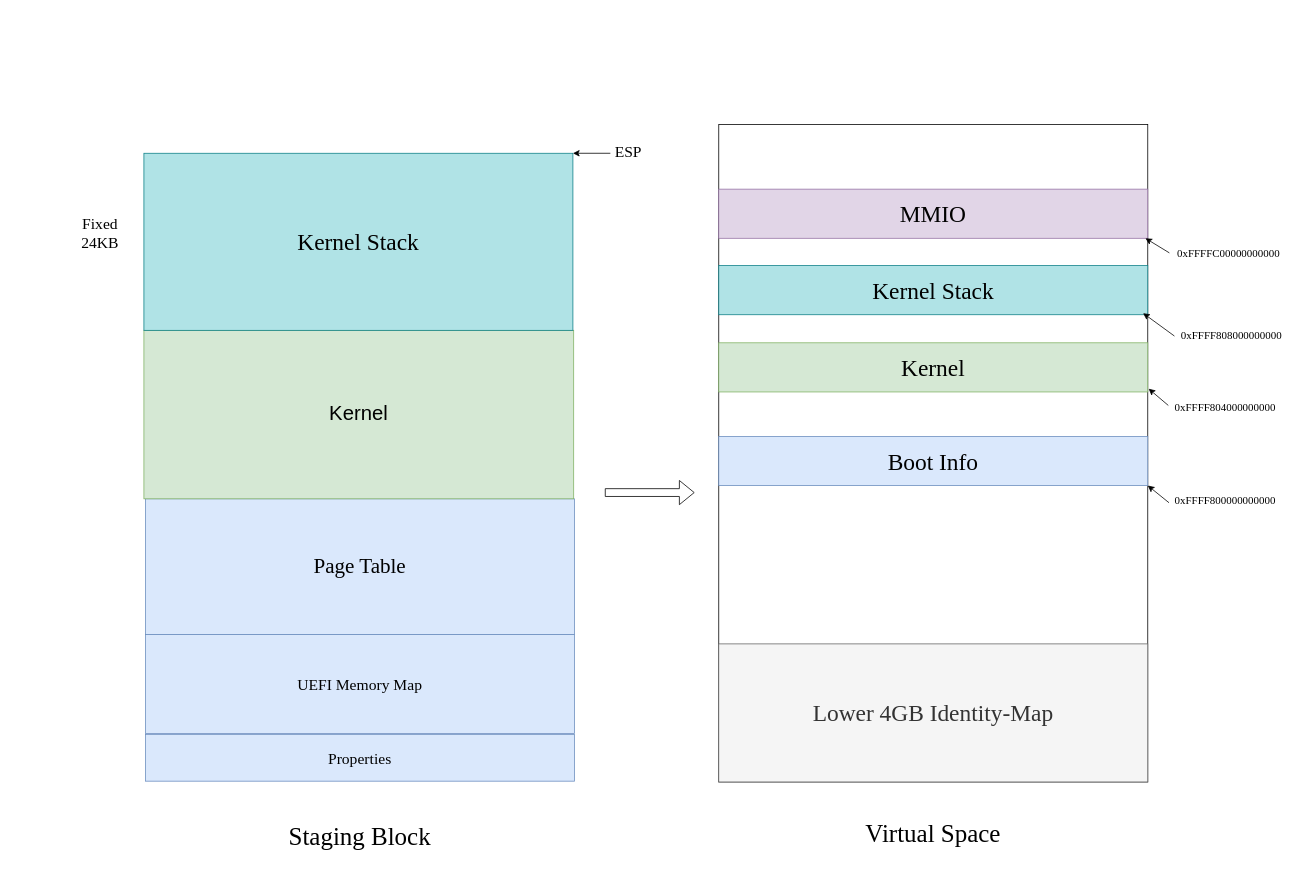
Earlier version of the draw.io diagram doc/himuos_kernel.drawio (himuhuan/HimuOS). Source tidied: cells renumbered, new cells numbered last; positions are measured from the earlier drawing's top-left corner, leaving out a move shared by most shapes. Both pictures are drawn from the tidied source at 78%, with x=0, y=0 at pixel (73, 124).
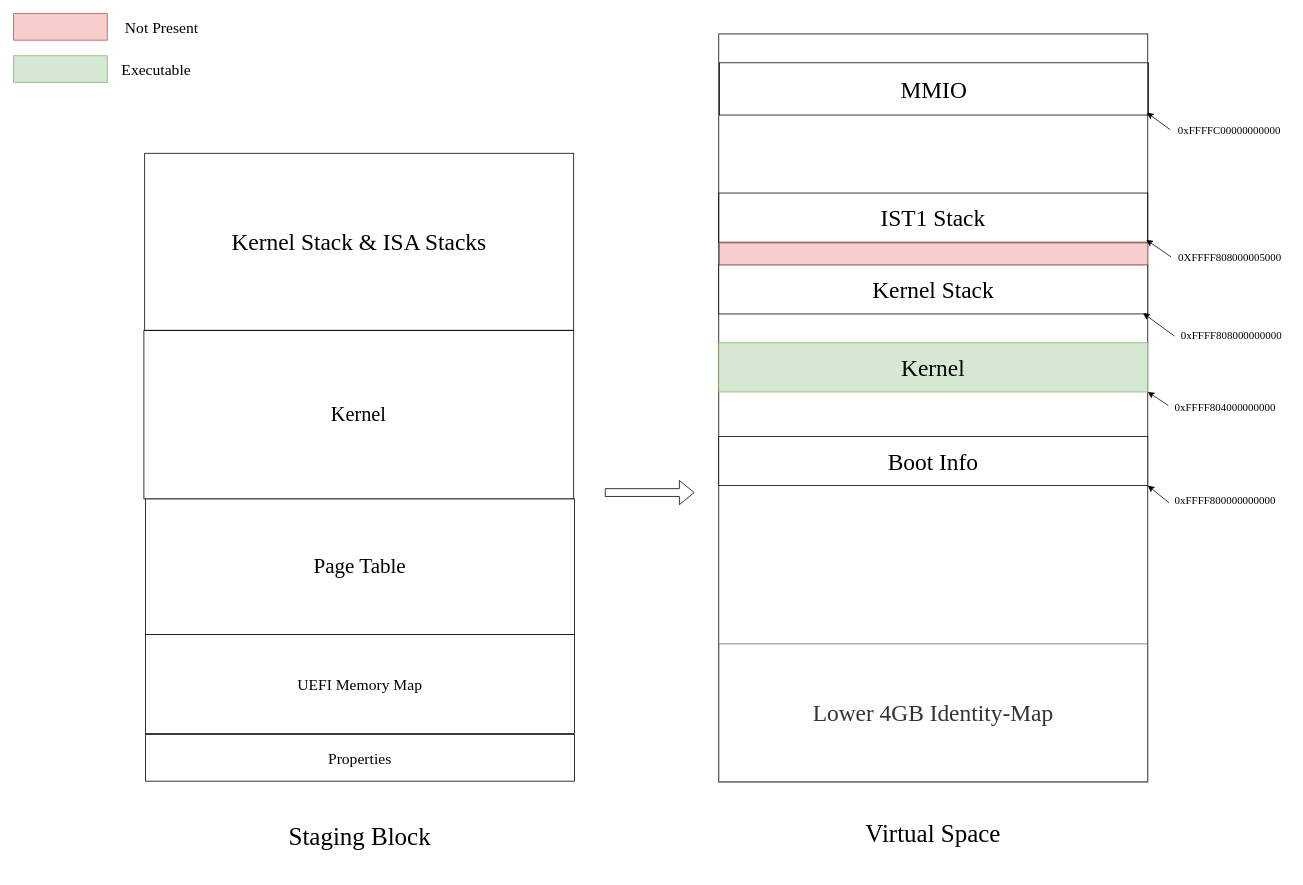
The same diagram, later.

Change to the diagram source:
```diff
@@
-    <mxCell id="2" value="&lt;font face=&quot;Times New Roman&quot;&gt;Page Table&lt;/font&gt;" style="rounded=0;whiteSpace=wrap;html=1;fontFamily=Courier New;fontSize=27;fillColor=#dae8fc;strokeColor=#6c8ebf;" parent="1" vertex="1">
+    <mxCell id="2" value="&lt;font&gt;Page Table&lt;/font&gt;" style="rounded=0;whiteSpace=wrap;html=1;fontFamily=Times New Roman;fontSize=27;" parent="1" vertex="1">
       <mxGeometry x="92" y="480" width="550" height="174" as="geometry" />
     </mxCell>
-    <mxCell id="3" value="&lt;font face=&quot;寒蝉端黑宋&quot;&gt;Kernel&lt;/font&gt;" style="rounded=0;whiteSpace=wrap;html=1;fontFamily=Courier New;fontSize=26;fillColor=#d5e8d4;strokeColor=#82b366;" parent="1" vertex="1">
+    <mxCell id="3" value="&lt;font&gt;Kernel&lt;/font&gt;" style="rounded=0;whiteSpace=wrap;html=1;fontFamily=Times New Roman;fontSize=26;" parent="1" vertex="1">
       <mxGeometry x="90" y="264" width="551" height="216" as="geometry" />
     </mxCell>
-    <mxCell id="4" value="&lt;span style=&quot;font-family: &amp;quot;Times New Roman&amp;quot;; font-size: 20px;&quot;&gt;Properties&lt;/span&gt;" style="rounded=0;whiteSpace=wrap;html=1;fillColor=#dae8fc;strokeColor=#6c8ebf;" parent="1" vertex="1">
+    <mxCell id="4" value="&lt;span style=&quot;font-size: 20px;&quot;&gt;Properties&lt;/span&gt;" style="rounded=0;whiteSpace=wrap;html=1;fontFamily=Times New Roman;" parent="1" vertex="1">
       <mxGeometry x="92" y="782" width="550" height="60" as="geometry" />
     </mxCell>
-    <mxCell id="5" value="&lt;font face=&quot;Times New Roman&quot;&gt;&lt;span style=&quot;font-size: 20px;&quot;&gt;UEFI Memory Map&lt;/span&gt;&lt;/font&gt;" style="rounded=0;whiteSpace=wrap;html=1;fillColor=#dae8fc;strokeColor=#6c8ebf;" parent="1" vertex="1">
+    <mxCell id="5" value="&lt;font&gt;&lt;span style=&quot;font-size: 20px;&quot;&gt;UEFI Memory Map&lt;/span&gt;&lt;/font&gt;" style="rounded=0;whiteSpace=wrap;html=1;fontFamily=Times New Roman;" parent="1" vertex="1">
       <mxGeometry x="92" y="654" width="550" height="127" as="geometry" />
     </mxCell>
-    <mxCell id="6" style="rounded=0;whiteSpace=wrap;html=1;" parent="1" vertex="1">
-      <mxGeometry x="827" width="550" height="843" as="geometry" />
+    <mxCell id="6" style="rounded=0;whiteSpace=wrap;html=1;fontFamily=Times New Roman;" parent="1" vertex="1">
+      <mxGeometry x="827" y="-116" width="550" height="959" as="geometry" />
     </mxCell>
-    <mxCell id="7" value="&lt;font style=&quot;font-size: 30px;&quot; face=&quot;Times New Roman&quot;&gt;Lower 4GB Identity-Map&lt;/font&gt;" style="rounded=0;whiteSpace=wrap;html=1;fillColor=#f5f5f5;fontColor=#333333;strokeColor=#666666;" parent="1" vertex="1">
+    <mxCell id="7" value="&lt;font style=&quot;font-size: 30px;&quot;&gt;Lower 4GB Identity-Map&lt;/font&gt;" style="rounded=0;whiteSpace=wrap;html=1;fillColor=none;fontColor=#333333;strokeColor=#666666;fillStyle=hatch;fontFamily=Times New Roman;" parent="1" vertex="1">
       <mxGeometry x="827" y="666" width="550" height="177" as="geometry" />
     </mxCell>
-    <mxCell id="8" value="&lt;font style=&quot;font-size: 30px;&quot; face=&quot;Times New Roman&quot;&gt;Boot Info&lt;/font&gt;" style="rounded=0;whiteSpace=wrap;html=1;fillColor=#dae8fc;strokeColor=#6c8ebf;" parent="1" vertex="1">
+    <mxCell id="8" value="&lt;font&gt;&lt;span style=&quot;font-size: 30px;&quot;&gt;Boot Info&lt;/span&gt;&lt;/font&gt;" style="rounded=0;whiteSpace=wrap;html=1;fontFamily=Times New Roman;" parent="1" vertex="1">
       <mxGeometry x="827" y="400" width="550" height="63" as="geometry" />
     </mxCell>
-    <mxCell id="9" style="endArrow=classic;html=1;rounded=0;entryX=1;entryY=1;entryDx=0;entryDy=0;exitX=0.015;exitY=0.587;exitDx=0;exitDy=0;exitPerimeter=0;" parent="1" edge="1" source="10" target="8">
+    <mxCell id="9" style="endArrow=classic;html=1;rounded=0;entryX=1;entryY=1;entryDx=0;entryDy=0;exitX=0.015;exitY=0.587;exitDx=0;exitDy=0;exitPerimeter=0;fontFamily=Times New Roman;" parent="1" edge="1" source="10" target="8">
       <mxGeometry relative="1" as="geometry" />
     </mxCell>
-    <mxCell id="10" value="&lt;font face=&quot;Times New Roman&quot; style=&quot;font-size: 14px;&quot;&gt;0xFFFF800000000000&lt;/font&gt;" style="text;html=1;align=center;verticalAlign=middle;points=[];strokeColor=none;fillColor=none;" parent="1" vertex="1">
+    <mxCell id="10" value="&lt;font style=&quot;font-size: 14px;&quot;&gt;0xFFFF800000000000&lt;/font&gt;" style="text;html=1;align=center;verticalAlign=middle;points=[];strokeColor=none;fillColor=none;fontFamily=Times New Roman;" parent="1" vertex="1">
       <mxGeometry x="1402" y="468" width="147" height="29" as="geometry" />
     </mxCell>
-    <mxCell id="11" value="&lt;font face=&quot;Times New Roman&quot; style=&quot;font-size: 30px;&quot;&gt;Kernel Stack&lt;/font&gt;" style="rounded=0;whiteSpace=wrap;html=1;fillColor=#b0e3e6;strokeColor=#0e8088;" parent="1" vertex="1">
-      <mxGeometry x="90" y="37" width="550" height="227" as="geometry" />
+    <mxCell id="11" value="&lt;font style=&quot;font-size: 30px;&quot;&gt;Kernel Stack &amp;amp; ISA Stacks&lt;/font&gt;" style="rounded=0;whiteSpace=wrap;html=1;fillColor=none;fontFamily=Times New Roman;" parent="1" vertex="1">
+      <mxGeometry x="91" y="37" width="550" height="227" as="geometry" />
     </mxCell>
-    <mxCell id="12" style="endArrow=classic;html=1;rounded=0;entryX=1;entryY=0;entryDx=0;entryDy=0;" parent="1" edge="1" target="11">
-      <mxGeometry relative="1" as="geometry">
-        <mxPoint x="688" y="37" as="sourcePoint" />
-      </mxGeometry>
-    </mxCell>
-    <mxCell id="13" value="&lt;code&gt;&lt;font style=&quot;font-size: 20px;&quot; face=&quot;Times New Roman&quot;&gt;ESP&lt;/font&gt;&lt;/code&gt;" style="text;html=1;align=left;verticalAlign=middle;strokeColor=none;fillColor=none;" parent="1" vertex="1">
-      <mxGeometry x="692" y="16" width="52" height="36" as="geometry" />
-    </mxCell>
-    <mxCell id="14" value="&lt;font face=&quot;Times New Roman&quot;&gt;&lt;span style=&quot;font-size: 20px;&quot;&gt;Fixed&amp;nbsp;&lt;/span&gt;&lt;/font&gt;&lt;div&gt;&lt;font face=&quot;Times New Roman&quot;&gt;&lt;span style=&quot;font-size: 20px;&quot;&gt;24KB&amp;nbsp;&lt;/span&gt;&lt;/font&gt;&lt;/div&gt;" style="text;html=1;align=center;verticalAlign=middle;strokeColor=none;fillColor=none;" parent="1" vertex="1">
-      <mxGeometry y="109" width="71" height="60" as="geometry" />
-    </mxCell>
-    <mxCell id="15" value="&lt;font style=&quot;font-size: 30px;&quot; face=&quot;Times New Roman&quot;&gt;MMIO&lt;/font&gt;" style="rounded=0;whiteSpace=wrap;html=1;fillColor=#e1d5e7;strokeColor=#9673a6;" parent="1" vertex="1">
-      <mxGeometry x="827" y="83" width="550" height="63" as="geometry" />
+    <mxCell id="15" value="&lt;font style=&quot;font-size: 30px;&quot;&gt;MMIO&lt;/font&gt;" style="rounded=0;whiteSpace=wrap;html=1;fillColor=none;fillStyle=dashed;fontFamily=Times New Roman;" parent="1" vertex="1">
+      <mxGeometry x="828" y="-79" width="550" height="67" as="geometry" />
     </mxCell>
-    <mxCell id="16" value="&lt;font face=&quot;Times New Roman&quot; style=&quot;font-size: 14px;&quot;&gt;0xFFFFC00000000000&amp;nbsp;&lt;/font&gt;" style="text;html=1;align=center;verticalAlign=middle;points=[];strokeColor=none;fillColor=none;" parent="1" vertex="1">
-      <mxGeometry x="1405" y="152" width="153" height="29" as="geometry" />
+    <mxCell id="16" value="&lt;font style=&quot;font-size: 14px;&quot;&gt;0xFFFFC00000000000&amp;nbsp;&lt;/font&gt;" style="text;html=1;align=center;verticalAlign=middle;points=[];strokeColor=none;fillColor=none;fontFamily=Times New Roman;" parent="1" vertex="1">
+      <mxGeometry x="1406" y="-6" width="153" height="29" as="geometry" />
     </mxCell>
-    <mxCell id="17" style="endArrow=classic;html=1;rounded=0;entryX=1;entryY=1;entryDx=0;entryDy=0;exitX=-0.002;exitY=0.438;exitDx=0;exitDy=0;exitPerimeter=0;" parent="1" edge="1" source="16">
+    <mxCell id="17" style="endArrow=classic;html=1;rounded=0;entryX=1;entryY=1;entryDx=0;entryDy=0;exitX=-0.002;exitY=0.438;exitDx=0;exitDy=0;exitPerimeter=0;fontFamily=Times New Roman;" parent="1" edge="1" source="16">
       <mxGeometry relative="1" as="geometry">
-        <mxPoint x="1374" y="146" as="targetPoint" />
+        <mxPoint x="1376" y="-15" as="targetPoint" />
       </mxGeometry>
     </mxCell>
-    <mxCell id="18" value="&lt;font face=&quot;Times New Roman&quot;&gt;&lt;span style=&quot;font-size: 30px;&quot;&gt;Kernel&lt;/span&gt;&lt;/font&gt;" style="rounded=0;whiteSpace=wrap;html=1;fillColor=#d5e8d4;strokeColor=#82b366;" parent="1" vertex="1">
+    <mxCell id="18" value="&lt;font&gt;&lt;span style=&quot;font-size: 30px;&quot;&gt;Kernel&lt;/span&gt;&lt;/font&gt;" style="rounded=0;whiteSpace=wrap;html=1;fillColor=#d5e8d4;strokeColor=#82b366;fontFamily=Times New Roman;" parent="1" vertex="1">
       <mxGeometry x="827" y="280" width="550" height="63" as="geometry" />
     </mxCell>
-    <mxCell id="19" value="&lt;font face=&quot;Times New Roman&quot; style=&quot;font-size: 14px;&quot;&gt;0xFFFF804000000000&lt;/font&gt;" style="text;html=1;align=center;verticalAlign=middle;points=[];strokeColor=none;fillColor=none;" parent="1" vertex="1">
+    <mxCell id="19" value="&lt;font style=&quot;font-size: 14px;&quot;&gt;0xFFFF804000000000&lt;/font&gt;" style="text;html=1;align=center;verticalAlign=middle;points=[];strokeColor=none;fillColor=none;fontFamily=Times New Roman;" parent="1" vertex="1">
       <mxGeometry x="1402" y="349" width="147" height="29" as="geometry" />
     </mxCell>
-    <mxCell id="20" style="endArrow=classic;html=1;rounded=0;exitX=0.009;exitY=0.389;exitDx=0;exitDy=0;exitPerimeter=0;entryX=1.002;entryY=0.402;entryDx=0;entryDy=0;entryPerimeter=0;" parent="1" edge="1" source="19" target="6">
+    <mxCell id="20" style="endArrow=classic;html=1;rounded=0;exitX=0.009;exitY=0.389;exitDx=0;exitDy=0;exitPerimeter=0;entryX=1;entryY=1;entryDx=0;entryDy=0;fontFamily=Times New Roman;" parent="1" edge="1" source="19" target="18">
       <mxGeometry relative="1" as="geometry" />
     </mxCell>
-    <mxCell id="21" value="&lt;font face=&quot;Times New Roman&quot; style=&quot;font-size: 32px;&quot;&gt;Staging Block&lt;/font&gt;" style="text;html=1;align=center;verticalAlign=middle;whiteSpace=wrap;rounded=0;" parent="1" vertex="1">
+    <mxCell id="21" value="&lt;font style=&quot;font-size: 32px;&quot;&gt;Staging Block&lt;/font&gt;" style="text;html=1;align=center;verticalAlign=middle;whiteSpace=wrap;rounded=0;fontFamily=Times New Roman;" parent="1" vertex="1">
       <mxGeometry x="92" y="868" width="550" height="90" as="geometry" />
     </mxCell>
-    <mxCell id="22" value="&lt;font face=&quot;Times New Roman&quot; style=&quot;font-size: 32px;&quot;&gt;Virtual Space&lt;/font&gt;" style="text;html=1;align=center;verticalAlign=middle;whiteSpace=wrap;rounded=0;" parent="1" vertex="1">
+    <mxCell id="22" value="&lt;font style=&quot;font-size: 32px;&quot;&gt;Virtual Space&lt;/font&gt;" style="text;html=1;align=center;verticalAlign=middle;whiteSpace=wrap;rounded=0;fontFamily=Times New Roman;" parent="1" vertex="1">
       <mxGeometry x="827" y="864" width="550" height="90" as="geometry" />
     </mxCell>
-    <mxCell id="23" value="&lt;font face=&quot;Times New Roman&quot;&gt;&lt;span style=&quot;font-size: 30px;&quot;&gt;Kernel Stack&lt;/span&gt;&lt;/font&gt;" style="rounded=0;whiteSpace=wrap;html=1;fillColor=#b0e3e6;strokeColor=#0e8088;" parent="1" vertex="1">
-      <mxGeometry x="827" y="181" width="550" height="63" as="geometry" />
+    <mxCell id="23" value="&lt;font&gt;&lt;span style=&quot;font-size: 30px;&quot;&gt;Kernel Stack&lt;/span&gt;&lt;/font&gt;" style="rounded=0;whiteSpace=wrap;html=1;fontFamily=Times New Roman;" parent="1" vertex="1">
+      <mxGeometry x="827" y="180" width="550" height="63" as="geometry" />
     </mxCell>
-    <mxCell id="24" value="&lt;font face=&quot;Times New Roman&quot; style=&quot;font-size: 14px;&quot;&gt;0xFFFF808000000000&lt;/font&gt;" style="text;html=1;align=center;verticalAlign=middle;points=[];strokeColor=none;fillColor=none;" parent="1" vertex="1">
+    <mxCell id="24" value="&lt;font style=&quot;font-size: 14px;&quot;&gt;0xFFFF808000000000&lt;/font&gt;" style="text;html=1;align=center;verticalAlign=middle;points=[];strokeColor=none;fillColor=none;fontFamily=Times New Roman;" parent="1" vertex="1">
       <mxGeometry x="1410" y="256" width="147" height="29" as="geometry" />
     </mxCell>
-    <mxCell id="25" style="endArrow=classic;html=1;rounded=0;exitX=0.008;exitY=0.528;exitDx=0;exitDy=0;exitPerimeter=0;" parent="1" edge="1" source="24">
+    <mxCell id="25" style="endArrow=classic;html=1;rounded=0;exitX=0.008;exitY=0.528;exitDx=0;exitDy=0;exitPerimeter=0;fontFamily=Times New Roman;" parent="1" edge="1" source="24">
       <mxGeometry relative="1" as="geometry">
         <mxPoint x="1371" y="242" as="targetPoint" />
       </mxGeometry>
     </mxCell>
-    <mxCell id="26" style="shape=flexArrow;endArrow=classic;html=1;rounded=0;" parent="1" edge="1">
+    <mxCell id="26" style="shape=flexArrow;endArrow=classic;html=1;rounded=0;fontFamily=Times New Roman;" parent="1" edge="1">
       <mxGeometry relative="1" as="geometry">
         <mxPoint x="681" y="472" as="sourcePoint" />
         <mxPoint x="796" y="472" as="targetPoint" />
       </mxGeometry>
     </mxCell>
+    <mxCell id="27" style="rounded=0;whiteSpace=wrap;html=1;fillColor=#d5e8d4;strokeColor=#82b366;fontFamily=Times New Roman;" parent="1" vertex="1">
+      <mxGeometry x="-77" y="-88" width="120" height="34" as="geometry" />
+    </mxCell>
+    <mxCell id="28" value="Executable" style="text;html=1;align=center;verticalAlign=middle;whiteSpace=wrap;rounded=0;fontFamily=Times New Roman;fontSize=20;" parent="1" vertex="1">
+      <mxGeometry x="49" y="-86" width="114" height="30" as="geometry" />
+    </mxCell>
+    <mxCell id="29" style="rounded=0;whiteSpace=wrap;html=1;fillColor=#f8cecc;strokeColor=#b85450;fontFamily=Times New Roman;" parent="1" vertex="1">
+      <mxGeometry x="-77" y="-142" width="120" height="34" as="geometry" />
+    </mxCell>
+    <mxCell id="30" value="Not Present" style="text;html=1;align=center;verticalAlign=middle;whiteSpace=wrap;rounded=0;fontFamily=Times New Roman;fontSize=20;" parent="1" vertex="1">
+      <mxGeometry x="49" y="-140" width="128" height="30" as="geometry" />
+    </mxCell>
+    <mxCell id="31" value="&lt;font&gt;&lt;span style=&quot;font-size: 30px;&quot;&gt;IST1 Stack&lt;/span&gt;&lt;/font&gt;" style="rounded=0;whiteSpace=wrap;html=1;fillColor=none;fillStyle=dashed;fontFamily=Times New Roman;" parent="1" vertex="1">
+      <mxGeometry x="827" y="88" width="550" height="63" as="geometry" />
+    </mxCell>
+    <mxCell id="32" value="&lt;font&gt;&lt;span style=&quot;font-size: 14px;&quot;&gt;0XFFFF808000005000&lt;/span&gt;&lt;/font&gt;" style="text;html=1;align=center;verticalAlign=middle;points=[];strokeColor=none;fillColor=none;fontFamily=Times New Roman;" parent="1" vertex="1">
+      <mxGeometry x="1407" y="157" width="150" height="29" as="geometry" />
+    </mxCell>
+    <mxCell id="33" style="endArrow=classic;html=1;rounded=0;entryX=1;entryY=1;entryDx=0;entryDy=0;exitX=-0.002;exitY=0.438;exitDx=0;exitDy=0;exitPerimeter=0;fontFamily=Times New Roman;" parent="1" edge="1" source="32">
+      <mxGeometry relative="1" as="geometry">
+        <mxPoint x="1375" y="148" as="targetPoint" />
+      </mxGeometry>
+    </mxCell>
+    <mxCell id="34" style="rounded=0;whiteSpace=wrap;html=1;fillColor=#f8cecc;strokeColor=#b85450;fontFamily=Times New Roman;" parent="1" vertex="1">
+      <mxGeometry x="828" y="152" width="549" height="28" as="geometry" />
+    </mxCell>
```
